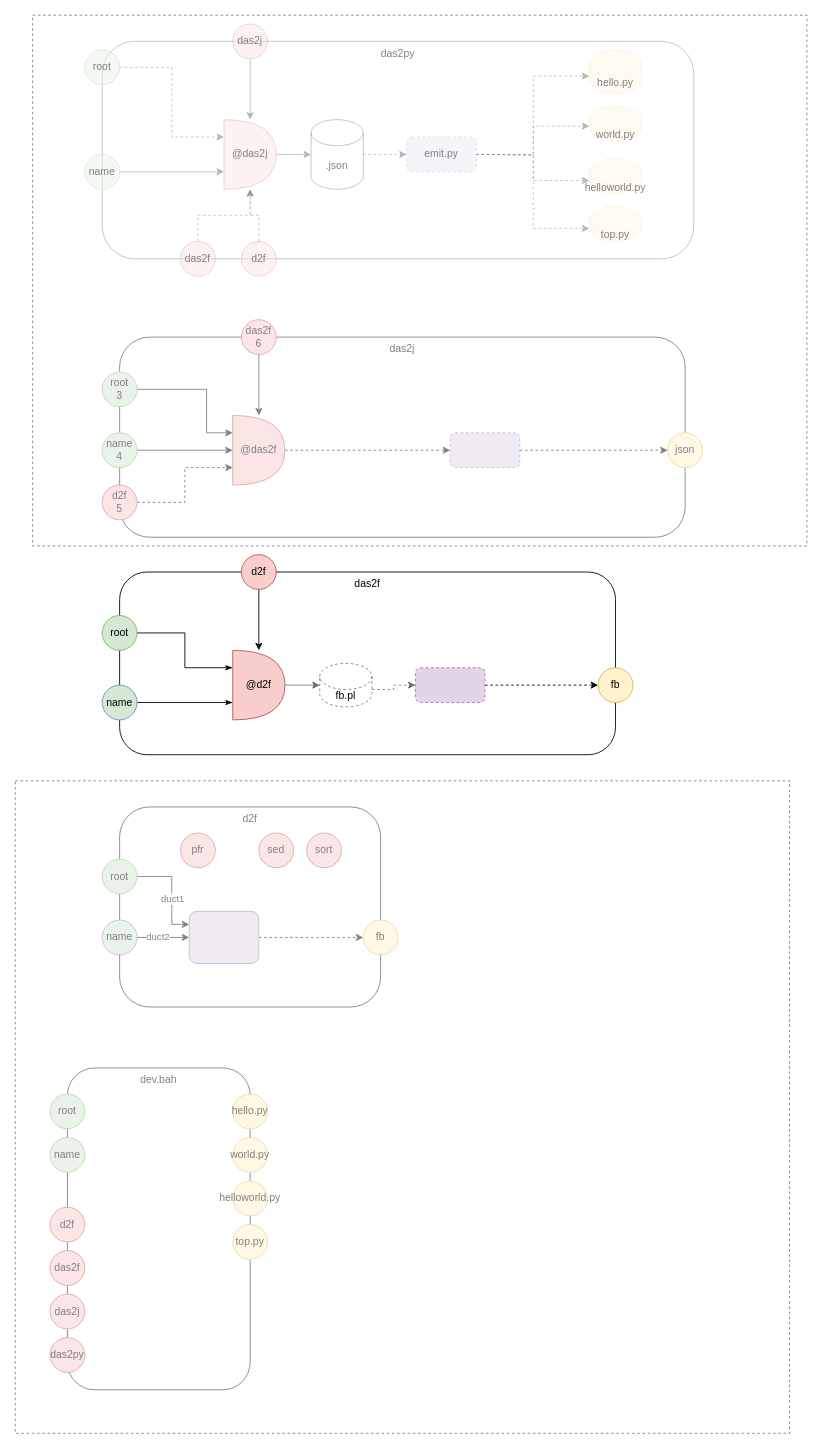
The draw.io diagram components.drawio in guitarvydas/d2py, before the edit. Source tidied: cells renumbered, new cells numbered last; positions are measured from the earlier drawing's top-left corner, leaving out a move shared by most shapes. Both pictures are drawn from the tidied source at 87%, with x=0, y=0 at pixel (15, 15).
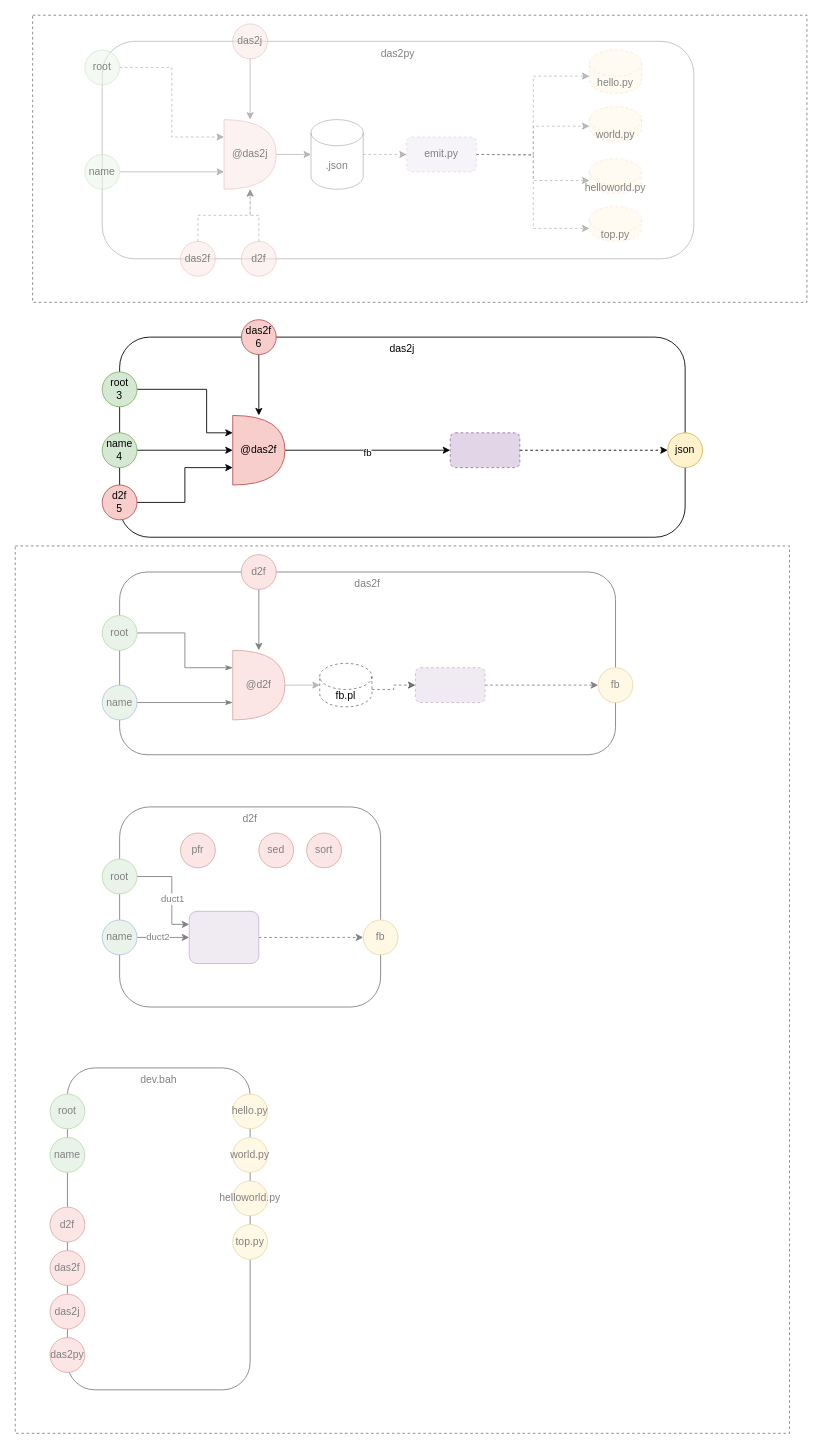
After the change.

Unchanged cells that the change refers to:
```xml
<mxCell id="20" value="@das2f" style="shape=or;whiteSpace=wrap;html=1;fillColor=#f8cecc;strokeColor=#b85450;" parent="1" vertex="1">
  <mxGeometry x="250" y="460" width="60" height="80" as="geometry" />
</mxCell>
<mxCell id="61" value="d2f&lt;br&gt;5" style="ellipse;whiteSpace=wrap;html=1;fillColor=#f8cecc;strokeColor=#b85450;" parent="1" vertex="1">
  <mxGeometry x="100" y="540" width="40" height="40" as="geometry" />
</mxCell>
```

What changed in the source:
```diff
@@
-    <mxCell id="19" style="edgeStyle=orthogonalEdgeStyle;rounded=0;jettySize=auto;html=1;exitX=1;exitY=0.5;exitDx=0;exitDy=0;exitPerimeter=0;dashed=1;endArrow=classic;endFill=1;strokeColor=#000000;strokeWidth=1;" parent="1" edge="1" source="20">
+    <mxCell id="19" style="edgeStyle=orthogonalEdgeStyle;rounded=0;jettySize=auto;html=1;exitX=1;exitY=0.5;exitDx=0;exitDy=0;exitPerimeter=0;endArrow=classic;endFill=1;strokeColor=#000000;strokeWidth=1;" parent="1" edge="1" source="20">
       <mxGeometry relative="1" as="geometry">
         <mxPoint x="500" y="500" as="targetPoint" />
       </mxGeometry>
     </mxCell>
+    <mxCell id="80" value="fb" style="edgeLabel;html=1;align=center;verticalAlign=middle;" parent="19" vertex="1">
+      <mxGeometry x="-0.01" y="-2" relative="1" as="geometry" />
+    </mxCell>
@@
-    <mxCell id="60" style="edgeStyle=orthogonalEdgeStyle;rounded=0;jettySize=auto;html=1;exitX=1;exitY=0.5;exitDx=0;exitDy=0;entryX=0;entryY=0.75;entryDx=0;entryDy=0;entryPerimeter=0;dashed=1;endArrow=classic;endFill=1;strokeColor=#000000;strokeWidth=1;" parent="1" edge="1" source="61" target="20">
+    <mxCell id="60" style="edgeStyle=orthogonalEdgeStyle;rounded=0;jettySize=auto;html=1;exitX=1;exitY=0.5;exitDx=0;exitDy=0;entryX=0;entryY=0.75;entryDx=0;entryDy=0;entryPerimeter=0;endArrow=classic;endFill=1;strokeColor=#000000;strokeWidth=1;" parent="1" edge="1" source="61" target="20">
       <mxGeometry relative="1" as="geometry" />
     </mxCell>
@@
     <mxCell id="76" style="rounded=0;whiteSpace=wrap;html=1;dashed=1;opacity=50;" parent="1" vertex="1">
-      <mxGeometry y="880" width="890" height="750" as="geometry" />
+      <mxGeometry y="610" width="890" height="1020" as="geometry" />
     </mxCell>
     <mxCell id="77" style="rounded=0;whiteSpace=wrap;html=1;dashed=1;opacity=50;" parent="1" vertex="1">
-      <mxGeometry x="20" width="890" height="610" as="geometry" />
+      <mxGeometry x="20" width="890" height="330" as="geometry" />
     </mxCell>
```
